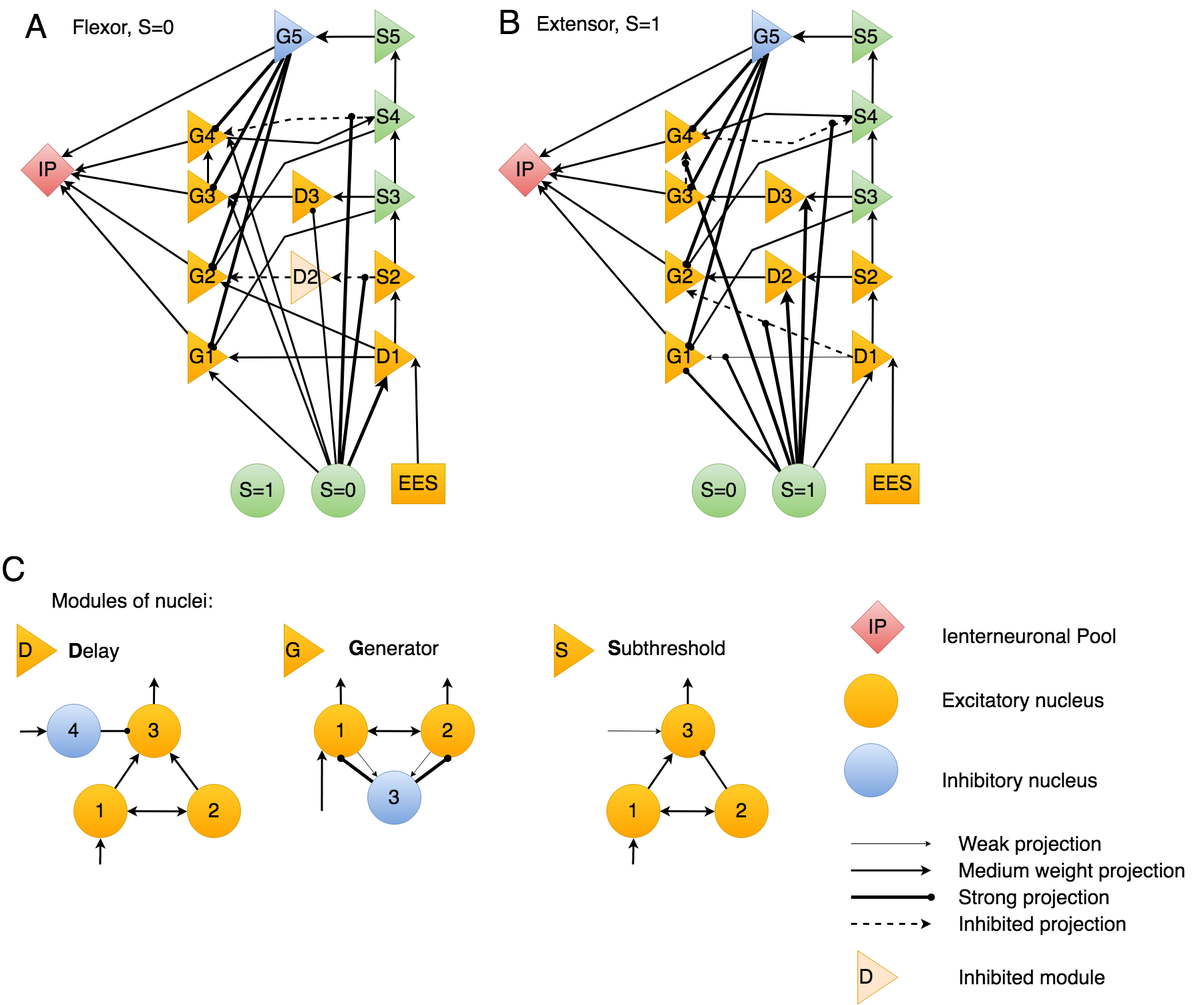
The draw.io diagram doc/diagram/cpg_generator_FE_paper.png in research-team/memristive-spinal-cord, before a commit. Source tidied: cells renumbered, new cells last; positions are measured from the earlier drawing's top-left corner, leaving out a move shared by most shapes.
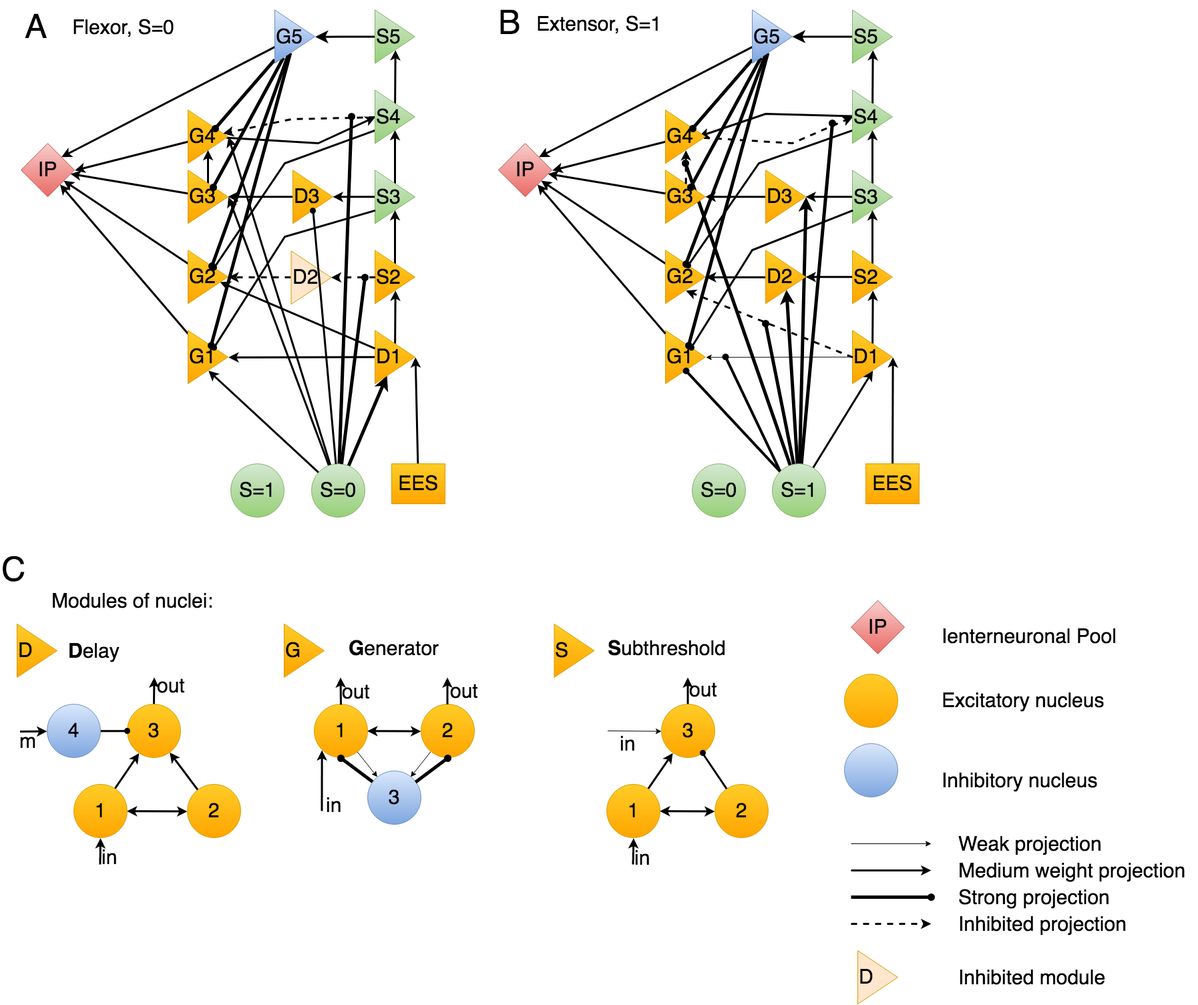
After the change.

Commit message:
cpg_generator FE: corrected modules arrows

What changed in the source:
```diff
@@ -103,6 +103,11 @@
         <mxPoint x="230.5" y="1014" as="targetPoint" />
       </mxGeometry>
     </mxCell>
+    <mxCell id="161" value="out" style="text;html=1;align=left;verticalAlign=middle;labelBackgroundColor=none;fontSize=30;fontColor=#000000;" parent="29" vertex="1">
+      <mxGeometry x="0.43" y="-3" relative="1" as="geometry">
+        <mxPoint y="-1" as="offset" />
+      </mxGeometry>
+    </mxCell>
     <mxCell id="30" value="3" style="ellipse;whiteSpace=wrap;html=1;rounded=0;shadow=0;glass=0;comic=0;labelBackgroundColor=none;strokeColor=#d79b00;strokeWidth=1;fillColor=#ffcd28;fontSize=30;fontColor=#000000;align=center;gradientColor=#ffa500;" parent="1" vertex="1">
       <mxGeometry x="190" y="1054.2" width="80" height="80" as="geometry" />
     </mxCell>
@@ -130,7 +135,7 @@
     <mxCell id="38" value="2" style="ellipse;whiteSpace=wrap;html=1;rounded=0;shadow=0;glass=0;comic=0;labelBackgroundColor=none;strokeColor=#d79b00;strokeWidth=1;fillColor=#ffcd28;fontSize=30;fontColor=#000000;align=center;gradientColor=#ffa500;" parent="1" vertex="1">
       <mxGeometry x="629.5" y="1054.2" width="80" height="80" as="geometry" />
     </mxCell>
-    <mxCell id="39" style="edgeStyle=none;rounded=0;comic=0;html=1;shadow=0;labelBackgroundColor=none;startArrow=none;startFill=0;startSize=6;endArrow=classic;endFill=1;endSize=6;jettySize=auto;strokeColor=#000000;strokeWidth=3;fillColor=#97D077;gradientColor=#97D077;fontSize=30;fontColor=#000000;align=left;exitX=0.5;exitY=0;" parent="1" edge="1" source="36">
+    <mxCell id="39" value="out" style="edgeStyle=none;rounded=0;comic=0;html=1;shadow=0;labelBackgroundColor=none;startArrow=none;startFill=0;startSize=6;endArrow=classic;endFill=1;endSize=6;jettySize=auto;strokeColor=#000000;strokeWidth=3;fillColor=#97D077;gradientColor=#97D077;fontSize=30;fontColor=#000000;align=left;exitX=0.5;exitY=0;" parent="1" edge="1" source="36">
       <mxGeometry relative="1" as="geometry">
         <mxPoint x="509.5" y="1014" as="targetPoint" />
       </mxGeometry>
@@ -164,6 +169,11 @@
         <mxPoint x="1029.5" y="1014" as="targetPoint" />
       </mxGeometry>
     </mxCell>
+    <mxCell id="162" value="out" style="text;html=1;align=left;verticalAlign=middle;labelBackgroundColor=none;fontSize=30;fontColor=#000000;" parent="48" vertex="1">
+      <mxGeometry x="0.08" y="-1" relative="1" as="geometry">
+        <mxPoint y="-1" as="offset" />
+      </mxGeometry>
+    </mxCell>
     <mxCell id="49" value="3" style="ellipse;whiteSpace=wrap;html=1;rounded=0;shadow=0;glass=0;comic=0;labelBackgroundColor=none;strokeColor=#d79b00;strokeWidth=1;fillColor=#ffcd28;fontSize=30;fontColor=#000000;align=center;gradientColor=#ffa500;" parent="1" vertex="1">
       <mxGeometry x="989.5" y="1054.2" width="80" height="80" as="geometry" />
     </mxCell>
@@ -178,8 +188,13 @@
         <mxPoint x="149.5" y="1294" as="sourcePoint" />
       </mxGeometry>
     </mxCell>
+    <mxCell id="163" value="in" style="text;html=1;align=left;verticalAlign=middle;labelBackgroundColor=none;fontSize=30;fontColor=#000000;" parent="52" vertex="1">
+      <mxGeometry x="-0.27" y="3" relative="1" as="geometry">
+        <mxPoint x="3" y="3" as="offset" />
+      </mxGeometry>
+    </mxCell>
-    <mxCell id="53" style="edgeStyle=none;rounded=0;comic=0;html=1;shadow=0;labelBackgroundColor=none;startArrow=none;startFill=0;startSize=6;endArrow=classic;endFill=1;endSize=6;jettySize=auto;strokeColor=#000000;strokeWidth=3;fillColor=#97D077;gradientColor=#97D077;fontSize=30;fontColor=#000000;align=center;entryX=0;entryY=0.5;" parent="1" edge="1" target="33">
-      <mxGeometry relative="1" as="geometry">
+    <mxCell id="53" value="m" style="edgeStyle=none;rounded=0;comic=0;html=1;shadow=0;labelBackgroundColor=none;startArrow=none;startFill=0;startSize=6;endArrow=classic;endFill=1;endSize=6;jettySize=auto;strokeColor=#000000;strokeWidth=3;fillColor=#97D077;gradientColor=#97D077;fontSize=30;fontColor=#000000;align=right;entryX=0;entryY=0.5;verticalAlign=top;" parent="1" edge="1" target="33">
+      <mxGeometry x="0.35" y="10" relative="1" as="geometry">
         <mxPoint x="29.5" y="1095" as="sourcePoint" />
       </mxGeometry>
     </mxCell>
@@ -188,8 +203,11 @@
         <mxPoint x="481.5" y="1214" as="sourcePoint" />
       </mxGeometry>
     </mxCell>
+    <mxCell id="164" value="in" style="text;html=1;align=left;verticalAlign=middle;labelBackgroundColor=none;fontSize=30;fontColor=#000000;" parent="54" vertex="1">
+      <mxGeometry x="-0.76" y="-4" relative="1" as="geometry" />
+    </mxCell>
-    <mxCell id="55" style="edgeStyle=none;rounded=0;comic=0;html=1;shadow=0;labelBackgroundColor=none;startArrow=none;startFill=0;startSize=6;endArrow=classic;endFill=1;endSize=6;jettySize=auto;strokeColor=#000000;strokeWidth=3;fillColor=#97D077;gradientColor=#97D077;fontSize=30;fontColor=#000000;align=left;entryX=0.5;entryY=1;" parent="1" edge="1" target="46">
-      <mxGeometry relative="1" as="geometry">
+    <mxCell id="55" value="in" style="edgeStyle=none;rounded=0;comic=0;html=1;shadow=0;labelBackgroundColor=none;startArrow=none;startFill=0;startSize=6;endArrow=classic;endFill=1;endSize=6;jettySize=auto;strokeColor=#000000;strokeWidth=3;fillColor=#97D077;gradientColor=#97D077;fontSize=30;fontColor=#000000;align=left;entryX=0.5;entryY=1;" parent="1" edge="1" target="46">
+      <mxGeometry x="-0.5" relative="1" as="geometry">
         <mxPoint x="947.5" y="1294" as="sourcePoint" />
       </mxGeometry>
     </mxCell>
@@ -198,11 +216,21 @@
         <mxPoint x="909.5" y="1094" as="sourcePoint" />
       </mxGeometry>
     </mxCell>
+    <mxCell id="165" value="in" style="text;html=1;align=left;verticalAlign=top;labelBackgroundColor=none;fontSize=30;fontColor=#000000;" parent="56" vertex="1">
+      <mxGeometry x="-0.71" y="-2" relative="1" as="geometry">
+        <mxPoint x="5" y="-7.5" as="offset" />
+      </mxGeometry>
+    </mxCell>
     <mxCell id="57" style="edgeStyle=none;rounded=0;comic=0;html=1;shadow=0;labelBackgroundColor=none;startArrow=none;startFill=0;startSize=6;endArrow=classic;endFill=1;endSize=6;jettySize=auto;strokeColor=#000000;strokeWidth=3;fillColor=#97D077;gradientColor=#97D077;fontSize=30;fontColor=#000000;align=left;" parent="1" edge="1" source="38">
       <mxGeometry relative="1" as="geometry">
         <mxPoint x="669.5" y="1014" as="targetPoint" />
       </mxGeometry>
     </mxCell>
+    <mxCell id="166" value="out" style="text;html=1;align=left;verticalAlign=middle;labelBackgroundColor=none;fontSize=30;fontColor=#000000;" parent="57" vertex="1">
+      <mxGeometry x="0.02" y="-2" relative="1" as="geometry">
+        <mxPoint y="-1" as="offset" />
+      </mxGeometry>
+    </mxCell>
     <mxCell id="58" value="CPG_FE" parent="0" />
     <mxCell id="59" value="D" style="triangle;whiteSpace=wrap;html=1;rounded=0;shadow=0;glass=0;comic=0;labelBackgroundColor=none;strokeColor=#d79b00;strokeWidth=1;fillColor=#ffe6cc;fontSize=30;fontColor=#000000;align=left;" parent="58" vertex="1">
       <mxGeometry x="1284" y="1423.1" width="60" height="80" as="geometry" />
```
